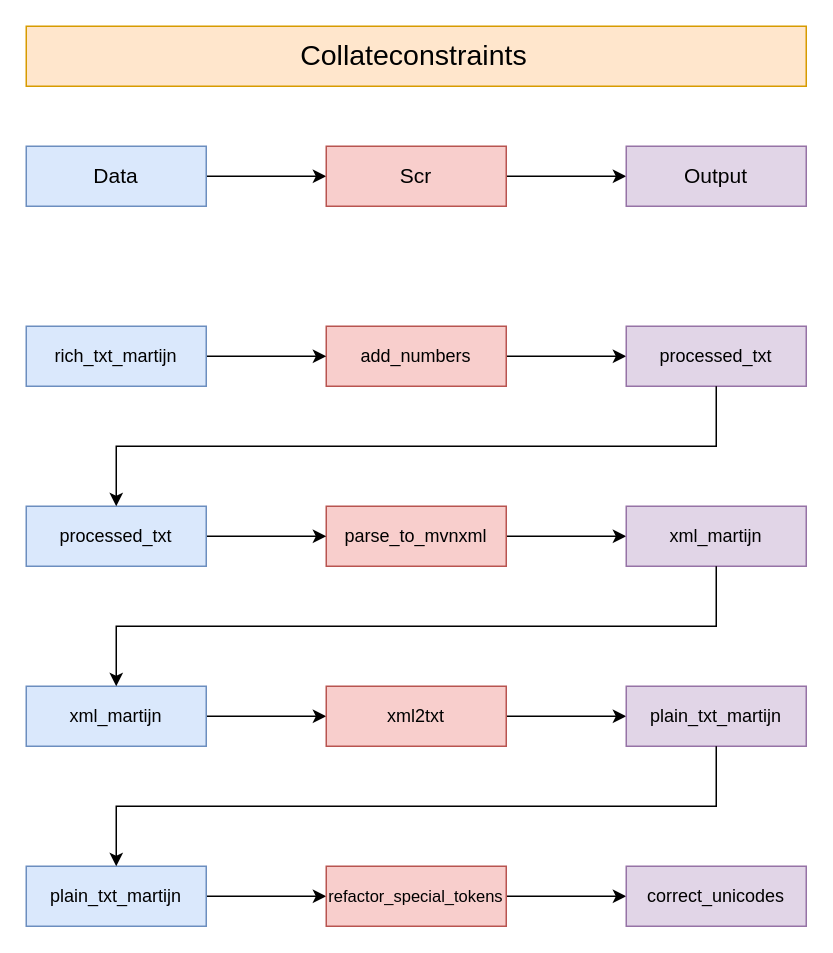
Above: Untitled Diagram.drawio in SofieMoors/collateconstraints (draw.io), before the change. Source tidied: cells renumbered, new cells numbered last; positions are measured from the earlier drawing's top-left corner, leaving out a move shared by most shapes. Both pictures are drawn from the tidied source at 150%, with x=0, y=0 at pixel (26, 26).
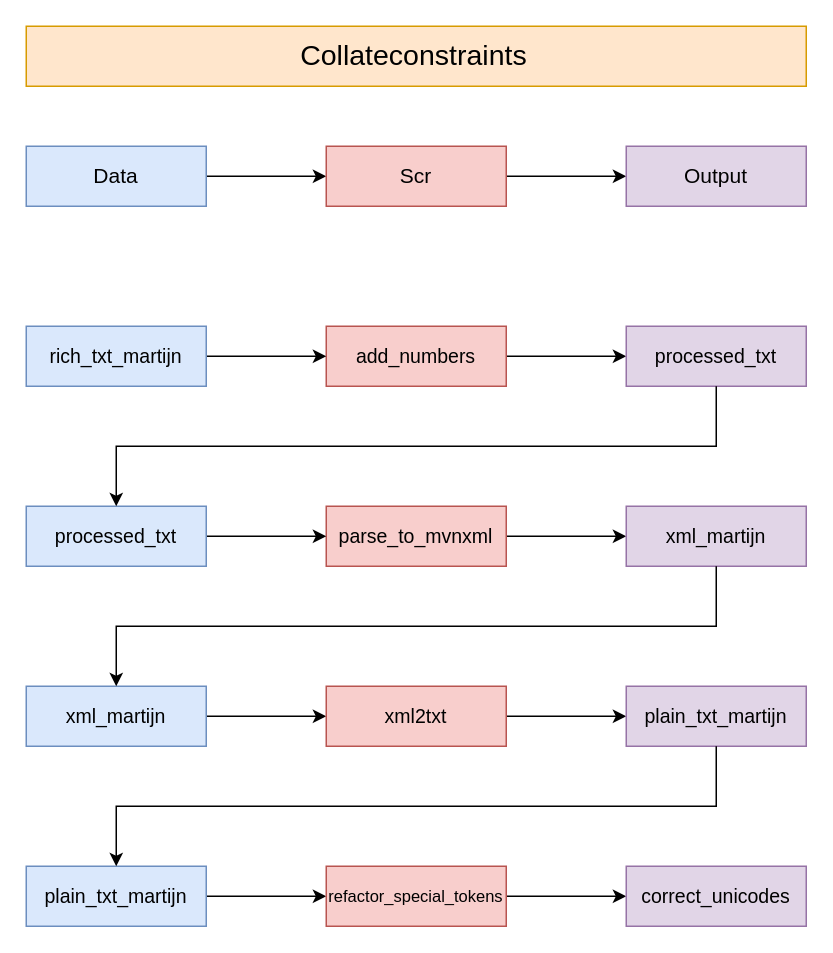
The same diagram, later.

The edit, as a diff of the source:
```diff
@@
-    <mxCell id="5" value="add_numbers" style="rounded=0;whiteSpace=wrap;html=1;fontSize=12;glass=0;strokeWidth=1;shadow=0;fillColor=#f8cecc;strokeColor=#b85450;" parent="1" vertex="1">
+    <mxCell id="5" value="add_numbers" style="rounded=0;whiteSpace=wrap;html=1;fontSize=13;glass=0;strokeWidth=1;shadow=0;fillColor=#f8cecc;strokeColor=#b85450;" parent="1" vertex="1">
       <mxGeometry x="200" y="200" width="120" height="40" as="geometry" />
     </mxCell>
@@
-    <mxCell id="7" value="xml_martijn" style="rounded=0;whiteSpace=wrap;html=1;fontSize=12;glass=0;strokeWidth=1;shadow=0;fillColor=#dae8fc;strokeColor=#6c8ebf;" parent="1" vertex="1">
+    <mxCell id="7" value="xml_martijn" style="rounded=0;whiteSpace=wrap;html=1;fontSize=13;glass=0;strokeWidth=1;shadow=0;fillColor=#dae8fc;strokeColor=#6c8ebf;" parent="1" vertex="1">
       <mxGeometry y="440" width="120" height="40" as="geometry" />
     </mxCell>
@@
-    <mxCell id="9" value="parse_to_mvnxml" style="rounded=0;whiteSpace=wrap;html=1;fontSize=12;glass=0;strokeWidth=1;shadow=0;fillColor=#f8cecc;strokeColor=#b85450;" parent="1" vertex="1">
+    <mxCell id="9" value="parse_to_mvnxml" style="rounded=0;whiteSpace=wrap;html=1;fontSize=13;glass=0;strokeWidth=1;shadow=0;fillColor=#f8cecc;strokeColor=#b85450;" parent="1" vertex="1">
       <mxGeometry x="200" y="320" width="120" height="40" as="geometry" />
     </mxCell>
@@
-    <mxCell id="14" value="rich_txt_martijn" style="rounded=0;whiteSpace=wrap;html=1;fillColor=#dae8fc;strokeColor=#6c8ebf;" parent="1" vertex="1">
+    <mxCell id="14" value="rich_txt_martijn" style="rounded=0;whiteSpace=wrap;html=1;fillColor=#dae8fc;strokeColor=#6c8ebf;fontSize=13;" parent="1" vertex="1">
       <mxGeometry y="200" width="120" height="40" as="geometry" />
     </mxCell>
-    <mxCell id="15" value="processed_txt" style="whiteSpace=wrap;html=1;fillColor=#e1d5e7;strokeColor=#9673a6;rounded=0;glass=0;strokeWidth=1;shadow=0;" parent="1" vertex="1">
+    <mxCell id="15" value="processed_txt" style="whiteSpace=wrap;html=1;fillColor=#e1d5e7;strokeColor=#9673a6;rounded=0;glass=0;strokeWidth=1;shadow=0;fontSize=13;" parent="1" vertex="1">
       <mxGeometry x="400" y="200" width="120" height="40" as="geometry" />
     </mxCell>
@@
-    <mxCell id="17" value="processed_txt" style="rounded=0;whiteSpace=wrap;html=1;fillColor=#dae8fc;strokeColor=#6c8ebf;" parent="1" vertex="1">
+    <mxCell id="17" value="processed_txt" style="rounded=0;whiteSpace=wrap;html=1;fillColor=#dae8fc;strokeColor=#6c8ebf;fontSize=13;" parent="1" vertex="1">
       <mxGeometry y="320" width="120" height="40" as="geometry" />
     </mxCell>
-    <mxCell id="18" value="xml_martijn" style="whiteSpace=wrap;html=1;rounded=0;glass=0;strokeWidth=1;shadow=0;fillColor=#e1d5e7;strokeColor=#9673a6;" parent="1" vertex="1">
+    <mxCell id="18" value="xml_martijn" style="whiteSpace=wrap;html=1;rounded=0;glass=0;strokeWidth=1;shadow=0;fillColor=#e1d5e7;strokeColor=#9673a6;fontSize=13;" parent="1" vertex="1">
       <mxGeometry x="400" y="320" width="120" height="40" as="geometry" />
     </mxCell>
@@
-    <mxCell id="20" value="xml2txt" style="whiteSpace=wrap;html=1;fillColor=#f8cecc;strokeColor=#b85450;rounded=0;glass=0;strokeWidth=1;shadow=0;" parent="1" vertex="1">
+    <mxCell id="20" value="xml2txt" style="whiteSpace=wrap;html=1;fillColor=#f8cecc;strokeColor=#b85450;rounded=0;glass=0;strokeWidth=1;shadow=0;fontSize=13;" parent="1" vertex="1">
       <mxGeometry x="200" y="440" width="120" height="40" as="geometry" />
     </mxCell>
-    <mxCell id="21" value="plain_txt_martijn" style="whiteSpace=wrap;html=1;fillColor=#e1d5e7;strokeColor=#9673a6;rounded=0;glass=0;strokeWidth=1;shadow=0;" parent="1" vertex="1">
+    <mxCell id="21" value="plain_txt_martijn" style="whiteSpace=wrap;html=1;fillColor=#e1d5e7;strokeColor=#9673a6;rounded=0;glass=0;strokeWidth=1;shadow=0;fontSize=13;" parent="1" vertex="1">
       <mxGeometry x="400" y="440" width="120" height="40" as="geometry" />
     </mxCell>
@@
-    <mxCell id="23" value="plain_txt_martijn" style="rounded=0;whiteSpace=wrap;html=1;fillColor=#dae8fc;strokeColor=#6c8ebf;" parent="1" vertex="1">
+    <mxCell id="23" value="plain_txt_martijn" style="rounded=0;whiteSpace=wrap;html=1;fillColor=#dae8fc;strokeColor=#6c8ebf;fontSize=13;" parent="1" vertex="1">
       <mxGeometry y="560" width="120" height="40" as="geometry" />
     </mxCell>
@@
-    <mxCell id="26" value="correct_unicodes" style="whiteSpace=wrap;html=1;rounded=0;fillColor=#e1d5e7;strokeColor=#9673a6;" parent="1" vertex="1">
+    <mxCell id="26" value="correct_unicodes" style="whiteSpace=wrap;html=1;rounded=0;fillColor=#e1d5e7;strokeColor=#9673a6;fontSize=13;" parent="1" vertex="1">
       <mxGeometry x="400" y="560" width="120" height="40" as="geometry" />
     </mxCell>
```
